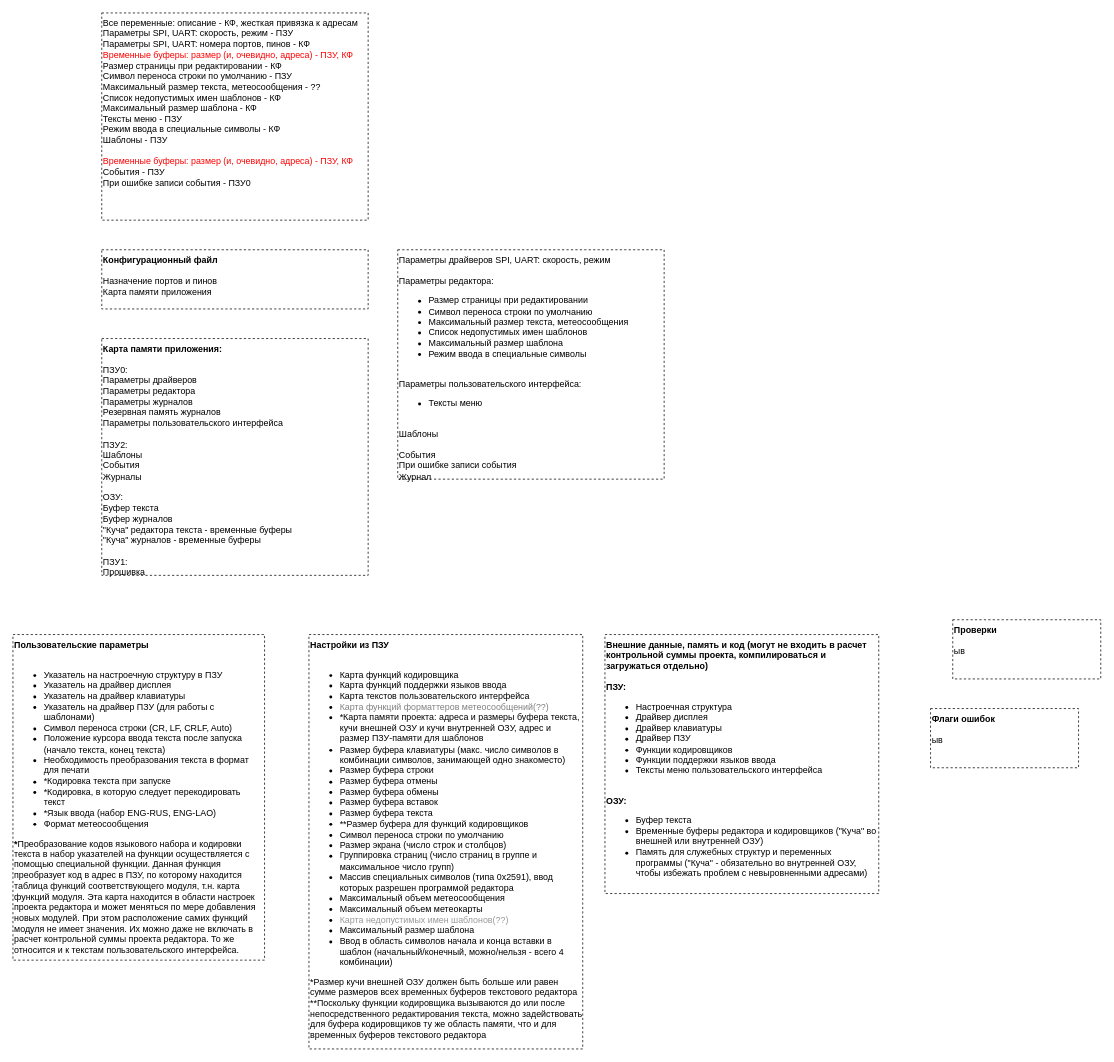
Teslatec/LPM_Editor keeps this draw.io diagram as page "Настройки" (8 of 9) of _Doc/LPM_class_component_diagram.drawio. Above is the earlier version. Source tidied: cells renumbered, new cells numbered last; positions are measured from the earlier drawing's top-left corner, leaving out a move shared by most shapes. Both pictures are drawn from the tidied source at 74%, with x=0, y=0 at pixel (13, 13).
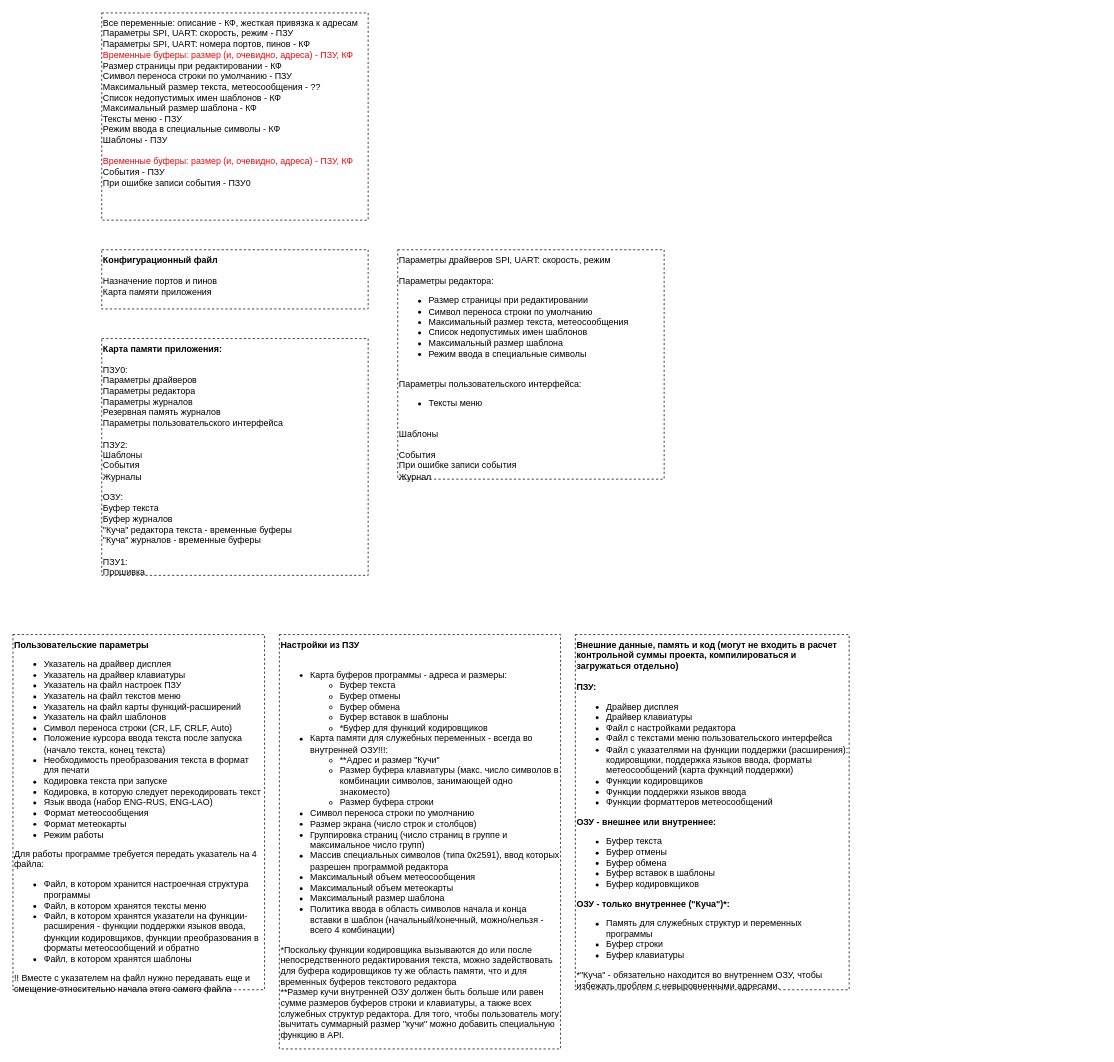
After the change.

Commit message (it also covers changes not shown here):
1. Добавил алгоритмы запуска и завершения редактора в разных режимах 2. Добавил список ошибок и предупреждений 3. Добавил список проверок программы 4. Добавил диаграмму модулей

Change to the diagram source:
```diff
@@
 <mxGraphModel>
   <root>
     <mxCell id="0" />
     <mxCell id="1" parent="0" />
     <mxCell id="2" value="Все переменные: описание - КФ, жесткая привязка к адресам&lt;br&gt;Параметры SPI, UART: скорость, режим - ПЗУ&lt;br&gt;Параметры SPI, UART: номера портов, пинов - КФ&lt;br&gt;&lt;font color=&quot;#ff0000&quot;&gt;Временные буферы: размер (и, очевидно, адреса) - ПЗУ, КФ&lt;br&gt;&lt;/font&gt;Размер страницы при редактировании - КФ&lt;br&gt;Символ переноса строки по умолчанию - ПЗУ&lt;br&gt;Максимальный размер текста, метеосообщения - ??&lt;br&gt;Список недопустимых имен шаблонов - КФ&lt;br&gt;Максимальный размер шаблона - КФ&lt;br&gt;Тексты меню - ПЗУ&lt;br&gt;Режим ввода в специальные символы - КФ&lt;br&gt;Шаблоны - ПЗУ&lt;br&gt;&lt;br&gt;&lt;span style=&quot;color: rgb(255 , 0 , 0)&quot;&gt;Временные буферы: размер (и, очевидно, адреса) - ПЗУ, КФ&lt;/span&gt;&lt;br style=&quot;color: rgb(255 , 0 , 0)&quot;&gt;События - ПЗУ&lt;br&gt;При ошибке записи события - ПЗУ0&lt;br&gt;" style="rounded=0;whiteSpace=wrap;html=1;dashed=1;fillColor=none;labelPosition=center;verticalLabelPosition=middle;align=left;verticalAlign=top;" parent="1" vertex="1">
       <mxGeometry x="120" width="360" height="280" as="geometry" />
     </mxCell>
     <mxCell id="3" value="&lt;b&gt;Конфигурационный файл&lt;/b&gt;&lt;br&gt;&lt;br&gt;Назначение портов и пинов&lt;br&gt;Карта памяти приложения" style="rounded=0;whiteSpace=wrap;html=1;dashed=1;fillColor=none;labelPosition=center;verticalLabelPosition=middle;align=left;verticalAlign=top;" parent="1" vertex="1">
       <mxGeometry x="120" y="320" width="360" height="80" as="geometry" />
     </mxCell>
     <mxCell id="4" value="Параметры драйверов SPI, UART: скорость, режим&lt;br&gt;&lt;br&gt;Параметры редактора:&amp;nbsp;&lt;br&gt;&lt;ul&gt;&lt;li&gt;Размер страницы при редактировании&amp;nbsp;&lt;/li&gt;&lt;li&gt;Символ переноса строки по умолчанию&lt;/li&gt;&lt;li&gt;Максимальный размер текста, метеосообщения&lt;/li&gt;&lt;li&gt;Список недопустимых имен шаблонов&lt;/li&gt;&lt;li&gt;Максимальный размер шаблона&lt;/li&gt;&lt;li&gt;Режим ввода в специальные символы&lt;/li&gt;&lt;/ul&gt;&lt;br&gt;Параметры пользовательского интерфейса:&lt;br&gt;&lt;ul&gt;&lt;li&gt;Тексты меню&lt;/li&gt;&lt;/ul&gt;&lt;br&gt;Шаблоны&lt;br&gt;&lt;br&gt;События&lt;br&gt;При ошибке записи события&lt;br&gt;Журнал" style="rounded=0;whiteSpace=wrap;html=1;dashed=1;fillColor=none;labelPosition=center;verticalLabelPosition=middle;align=left;verticalAlign=top;" parent="1" vertex="1">
       <mxGeometry x="520" y="320" width="360" height="310" as="geometry" />
     </mxCell>
     <mxCell id="5" value="&lt;b&gt;Карта памяти приложения:&lt;/b&gt;&lt;br&gt;&lt;br&gt;ПЗУ0:&lt;br&gt;Параметры драйверов&lt;br&gt;Параметры редактора&lt;br&gt;Параметры журналов&lt;br&gt;Резервная память журналов&lt;br&gt;Параметры пользовательского интерфейса&lt;br&gt;&lt;br&gt;ПЗУ2:&lt;br&gt;Шаблоны&lt;br&gt;События&lt;br&gt;Журналы&lt;br&gt;&lt;br&gt;ОЗУ:&lt;br&gt;Буфер текста&lt;br&gt;Буфер журналов&lt;br&gt;&quot;Куча&quot; редактора текста - временные буферы&lt;br&gt;&quot;Куча&quot; журналов - временные буферы&lt;br&gt;&lt;br&gt;ПЗУ1:&lt;br&gt;Прошивка" style="rounded=0;whiteSpace=wrap;html=1;dashed=1;fillColor=none;labelPosition=center;verticalLabelPosition=middle;align=left;verticalAlign=top;" parent="1" vertex="1">
       <mxGeometry x="120" y="440" width="360" height="320" as="geometry" />
     </mxCell>
-    <mxCell id="6" value="&lt;b&gt;Пользовательские параметры&lt;/b&gt;&lt;br&gt;&lt;br&gt;&lt;ul&gt;&lt;li&gt;Указатель на настроечную структуру в ПЗУ&lt;/li&gt;&lt;li&gt;Указатель на драйвер дисплея&lt;/li&gt;&lt;li&gt;Указатель на драйвер клавиатуры&lt;/li&gt;&lt;li&gt;Указатель на драйвер ПЗУ (для работы с шаблонами)&lt;/li&gt;&lt;li&gt;Символ переноса строки (CR, LF, CRLF, Auto)&lt;/li&gt;&lt;li&gt;&lt;span&gt;Положение курсора ввода текста после запуска (начало текста, конец текста)&lt;/span&gt;&lt;br&gt;&lt;/li&gt;&lt;li&gt;Необходимость преобразования текста в формат для печати&lt;/li&gt;&lt;li&gt;*Кодировка текста при запуске&lt;/li&gt;&lt;li&gt;*Кодировка, в которую следует перекодировать текст&lt;/li&gt;&lt;li&gt;*Язык ввода (набор ENG-RUS, ENG-LAO)&lt;/li&gt;&lt;li&gt;Формат метеосообщения&lt;/li&gt;&lt;/ul&gt;&lt;div&gt;&lt;b&gt;*&lt;/b&gt;Преобразование кодов языкового набора и кодировки текста в набор указателей на функции осуществляется с помощью специальной функции. Данная функция преобразует код в адрес в ПЗУ, по которому находится таблица функций соответствующего модуля, т.н. карта функций модуля. Эта карта находится в области настроек проекта редактора и может меняться по мере добавления новых модулей. При этом расположение самих функций модуля не имеет значения. Их можно даже не включать в расчет контрольной суммы проекта редактора. То же относится и к текстам пользовательского интерфейса.&lt;/div&gt;" style="rounded=0;whiteSpace=wrap;html=1;dashed=1;fillColor=none;labelPosition=center;verticalLabelPosition=middle;align=left;verticalAlign=top;" parent="1" vertex="1">
-      <mxGeometry y="840" width="340" height="440" as="geometry" />
+    <mxCell id="6" value="&lt;b&gt;Пользовательские параметры&lt;/b&gt;&lt;br&gt;&lt;ul&gt;&lt;li&gt;&lt;span&gt;Указатель на драйвер дисплея&lt;/span&gt;&lt;br&gt;&lt;/li&gt;&lt;li&gt;Указатель на драйвер клавиатуры&lt;/li&gt;&lt;li&gt;Указатель на файл настроек ПЗУ&lt;/li&gt;&lt;li&gt;Указатель на файл текстов меню&lt;/li&gt;&lt;li&gt;Указатель на файл карты функций-расширений&lt;/li&gt;&lt;li&gt;Указатель на файл шаблонов&lt;/li&gt;&lt;li&gt;&lt;span&gt;Символ переноса строки (CR, LF, CRLF, Auto)&lt;/span&gt;&lt;br&gt;&lt;/li&gt;&lt;li&gt;&lt;span&gt;Положение курсора ввода текста после запуска (начало текста, конец текста)&lt;/span&gt;&lt;br&gt;&lt;/li&gt;&lt;li&gt;Необходимость преобразования текста в формат для печати&lt;/li&gt;&lt;li&gt;Кодировка текста при запуске&lt;/li&gt;&lt;li&gt;Кодировка, в которую следует перекодировать текст&lt;/li&gt;&lt;li&gt;Язык ввода (набор ENG-RUS, ENG-LAO)&lt;/li&gt;&lt;li&gt;Формат метеосообщения&lt;/li&gt;&lt;li&gt;Формат метеокарты&lt;/li&gt;&lt;li&gt;Режим работы&lt;/li&gt;&lt;/ul&gt;&lt;div&gt;Для работы программе требуется передать указатель на 4 файла:&lt;/div&gt;&lt;ul&gt;&lt;li&gt;&lt;span&gt;Файл, в котором хранится настроечная структура программы&lt;/span&gt;&lt;/li&gt;&lt;li&gt;&lt;span&gt;Файл, в котором хранятся тексты меню&lt;/span&gt;&lt;/li&gt;&lt;li&gt;Файл, в котором хранятся указатели на функции-расширения - функции поддержки языков ввода, функции кодировщиков, функции преобразования в форматы метеосообщений и обратно&lt;/li&gt;&lt;li&gt;Файл, в котором хранятся шаблоны&lt;/li&gt;&lt;/ul&gt;!! Вместе с указателем на файл нужно передавать еще и смещение относительно начала этого самого файла" style="rounded=0;whiteSpace=wrap;html=1;dashed=1;fillColor=none;labelPosition=center;verticalLabelPosition=middle;align=left;verticalAlign=top;" parent="1" vertex="1">
+      <mxGeometry y="840" width="340" height="480" as="geometry" />
     </mxCell>
-    <mxCell id="7" value="&lt;b&gt;Настройки из ПЗУ&lt;/b&gt;&lt;br&gt;&lt;br&gt;&lt;ul&gt;&lt;li&gt;&lt;span&gt;Карта функций кодировщика&lt;/span&gt;&lt;br&gt;&lt;/li&gt;&lt;li&gt;Карта функций поддержки языков ввода&lt;/li&gt;&lt;li&gt;Карта текстов пользовательского интерфейса&lt;/li&gt;&lt;li&gt;&lt;font color=&quot;#808080&quot;&gt;Карта функций форматтеров метеосообщений(??)&lt;/font&gt;&lt;/li&gt;&lt;li&gt;*Карта памяти проекта: адреса и размеры буфера текста, кучи внешней ОЗУ и кучи внутренней ОЗУ, адрес и размер ПЗУ-памяти для шаблонов&lt;/li&gt;&lt;li&gt;Размер буфера клавиатуры (макс. число символов в комбинации символов, занимающей одно знакоместо)&lt;/li&gt;&lt;li&gt;Размер буфера строки&lt;/li&gt;&lt;li&gt;Размер буфера отмены&lt;/li&gt;&lt;li&gt;Размер буфера обмены&lt;/li&gt;&lt;li&gt;Размер буфера вставок&lt;/li&gt;&lt;li&gt;Размер буфера текста&lt;/li&gt;&lt;li&gt;**Размер буфера для функций кодировщиков&lt;/li&gt;&lt;li&gt;Символ переноса строки по умолчанию&lt;/li&gt;&lt;li&gt;Размер экрана (число строк и столбцов)&lt;/li&gt;&lt;li&gt;Группировка страниц (число страниц в группе и максимальное число групп)&lt;/li&gt;&lt;li&gt;Массив специальных символов (типа 0x2591), ввод которых разрешен программой редактора&lt;/li&gt;&lt;li&gt;Максимальный объем метеосообщения&lt;/li&gt;&lt;li&gt;Максимальный объем метеокарты&lt;/li&gt;&lt;li&gt;&lt;font color=&quot;#999999&quot;&gt;Карта недопустимых имен шаблонов(??)&lt;/font&gt;&lt;/li&gt;&lt;li&gt;Максимальный размер шаблона&lt;/li&gt;&lt;li&gt;Ввод в область символов начала и конца вставки в шаблон (начальный/конечный, можно/нельзя - всего 4 комбинации)&lt;/li&gt;&lt;/ul&gt;&lt;div&gt;&lt;span&gt;*Размер кучи внешней ОЗУ должен быть больше или равен сумме размеров всех временных буферов текстового редактора&lt;/span&gt;&lt;br&gt;&lt;/div&gt;&lt;div&gt;**Поскольку функции кодировщика вызываются до или после непосредственного редактирования текста, можно задействовать для буфера кодировщиков ту же область памяти, что и для временных буферов текстового редактора&lt;br&gt;&lt;/div&gt;" style="rounded=0;whiteSpace=wrap;html=1;dashed=1;fillColor=none;labelPosition=center;verticalLabelPosition=middle;align=left;verticalAlign=top;" parent="1" vertex="1">
-      <mxGeometry x="400" y="840" width="370" height="560" as="geometry" />
+    <mxCell id="7" value="&lt;b&gt;Настройки из ПЗУ&lt;/b&gt;&lt;br&gt;&lt;br&gt;&lt;ul&gt;&lt;li&gt;&lt;span&gt;Карта буферов программы - адреса и размеры:&lt;/span&gt;&lt;br&gt;&lt;/li&gt;&lt;ul&gt;&lt;li&gt;&lt;span&gt;Буфер текста&lt;/span&gt;&lt;/li&gt;&lt;li&gt;Буфер&amp;nbsp;отмены&lt;/li&gt;&lt;li&gt;Буфер&amp;nbsp;обмена&lt;/li&gt;&lt;li&gt;Буфер&amp;nbsp;вставок в шаблоны&lt;/li&gt;&lt;li&gt;*Буфер для функций кодировщиков&lt;/li&gt;&lt;/ul&gt;&lt;li&gt;Карта памяти для служебных переменных - всегда во внутренней ОЗУ!!!:&lt;/li&gt;&lt;ul&gt;&lt;li&gt;**Адрес и размер &quot;Кучи&quot;&lt;/li&gt;&lt;li&gt;Размер буфера клавиатуры (макс. число символов в комбинации символов, занимающей одно знакоместо)&lt;/li&gt;&lt;li&gt;Размер буфера строки&lt;/li&gt;&lt;/ul&gt;&lt;li&gt;&lt;span&gt;Символ переноса строки по умолчанию&lt;/span&gt;&lt;br&gt;&lt;/li&gt;&lt;li&gt;Размер экрана (число строк и столбцов)&lt;/li&gt;&lt;li&gt;Группировка страниц (число страниц в группе и максимальное число групп)&lt;/li&gt;&lt;li&gt;Массив специальных символов (типа 0x2591), ввод которых разрешен программой редактора&lt;/li&gt;&lt;li&gt;Максимальный объем метеосообщения&lt;/li&gt;&lt;li&gt;Максимальный объем метеокарты&lt;/li&gt;&lt;li&gt;&lt;span&gt;Максимальный размер шаблона&lt;/span&gt;&lt;br&gt;&lt;/li&gt;&lt;li&gt;Политика ввода в область символов начала и конца вставки в шаблон (начальный/конечный, можно/нельзя - всего 4 комбинации)&lt;/li&gt;&lt;/ul&gt;&lt;div&gt;&lt;span&gt;*Поскольку функции кодировщика вызываются до или после непосредственного редактирования текста, можно задействовать для буфера кодировщиков ту же область памяти, что и для временных буферов текстового редактора&lt;/span&gt;&lt;br&gt;&lt;/div&gt;&lt;div&gt;**Размер кучи внутренней ОЗУ должен быть больше или равен сумме размеров буферов строки и клавиатуры, а также всех служебных структур редактора. Для того, чтобы пользователь могу вычитать суммарный размер &quot;кучи&quot; можно добавить специальную функцию в API.&lt;span&gt;&lt;br&gt;&lt;/span&gt;&lt;/div&gt;" style="rounded=0;whiteSpace=wrap;html=1;dashed=1;fillColor=none;labelPosition=center;verticalLabelPosition=middle;align=left;verticalAlign=top;" parent="1" vertex="1">
+      <mxGeometry x="360" y="840" width="380" height="560" as="geometry" />
     </mxCell>
-    <mxCell id="8" value="&lt;b&gt;Проверки&lt;/b&gt;&lt;br&gt;&lt;br&gt;ыв" style="rounded=0;whiteSpace=wrap;html=1;dashed=1;fillColor=none;labelPosition=center;verticalLabelPosition=middle;align=left;verticalAlign=top;" parent="1" vertex="1">
-      <mxGeometry x="1270" y="820" width="200" height="80" as="geometry" />
-    </mxCell>
-    <mxCell id="9" value="&lt;b&gt;Флаги ошибок&lt;/b&gt;&lt;br&gt;&lt;br&gt;ыв" style="rounded=0;whiteSpace=wrap;html=1;dashed=1;fillColor=none;labelPosition=center;verticalLabelPosition=middle;align=left;verticalAlign=top;" parent="1" vertex="1">
-      <mxGeometry x="1240" y="940" width="200" height="80" as="geometry" />
-    </mxCell>
-    <mxCell id="10" value="&lt;b&gt;Внешние данные, память и код (могут не входить в расчет контрольной суммы проекта, компилироваться и загружаться отдельно)&lt;/b&gt;&lt;br&gt;&lt;br&gt;&lt;b&gt;ПЗУ:&lt;/b&gt;&lt;br&gt;&lt;ul&gt;&lt;li&gt;Настроечная структура&lt;/li&gt;&lt;li&gt;Драйвер дисплея&lt;/li&gt;&lt;li&gt;Драйвер клавиатуры&lt;/li&gt;&lt;li&gt;Драйвер ПЗУ&lt;/li&gt;&lt;li&gt;Функции кодировщиков&lt;/li&gt;&lt;li&gt;Функции поддержки языков ввода&lt;/li&gt;&lt;li&gt;Тексты меню пользовательского интерфейса&lt;/li&gt;&lt;/ul&gt;&lt;div&gt;&lt;br&gt;&lt;b&gt;ОЗУ:&lt;/b&gt;&lt;br&gt;&lt;ul&gt;&lt;li&gt;Буфер текста&lt;/li&gt;&lt;li&gt;Временные буферы редактора и кодировщиков (&quot;Куча&quot; во внешней или внутренней ОЗУ)&lt;/li&gt;&lt;li&gt;Память для служебных структур и переменных программы (&quot;Куча&quot; - обязательно во внутренней ОЗУ, чтобы избежать проблем с невыровненными адресами)&lt;/li&gt;&lt;/ul&gt;&lt;/div&gt;" style="rounded=0;whiteSpace=wrap;html=1;dashed=1;fillColor=none;labelPosition=center;verticalLabelPosition=middle;align=left;verticalAlign=top;" parent="1" vertex="1">
-      <mxGeometry x="800" y="840" width="370" height="350" as="geometry" />
+    <mxCell id="10" value="&lt;b&gt;Внешние данные, память и код (могут не входить в расчет контрольной суммы проекта, компилироваться и загружаться отдельно)&lt;/b&gt;&lt;br&gt;&lt;br&gt;&lt;b&gt;ПЗУ:&lt;/b&gt;&lt;br&gt;&lt;ul&gt;&lt;li&gt;&lt;span&gt;Драйвер дисплея&lt;/span&gt;&lt;br&gt;&lt;/li&gt;&lt;li&gt;Драйвер клавиатуры&lt;/li&gt;&lt;li&gt;Файл с настройками редактора&lt;/li&gt;&lt;li&gt;Файл с текстами меню пользовательского&amp;nbsp;интерфейса&lt;/li&gt;&lt;li&gt;Файл с указателями на функции поддержки (расширения): кодировщики, поддержка языков ввода, форматы метеосообщений (карта фукнций поддержки)&lt;/li&gt;&lt;li&gt;&lt;span&gt;Функции кодировщиков&lt;/span&gt;&lt;br&gt;&lt;/li&gt;&lt;li&gt;Функции поддержки языков ввода&lt;/li&gt;&lt;li&gt;Функции форматтеров метеосообщений&lt;/li&gt;&lt;/ul&gt;&lt;div&gt;&lt;b&gt;ОЗУ - внешнее или внутреннее:&lt;/b&gt;&lt;br&gt;&lt;ul&gt;&lt;li&gt;Буфер текста&lt;/li&gt;&lt;li&gt;Буфер отмены&lt;/li&gt;&lt;li&gt;Буфер обмена&lt;/li&gt;&lt;li&gt;Буфер вставок в шаблоны&lt;/li&gt;&lt;li&gt;Буфер кодировкщиков&lt;/li&gt;&lt;/ul&gt;&lt;b&gt;ОЗУ - только внутреннее (&quot;Куча&quot;)*:&lt;/b&gt;&lt;br&gt;&lt;ul&gt;&lt;li&gt;Память для служебных структур и переменных программы&lt;/li&gt;&lt;li&gt;Буфер строки&lt;/li&gt;&lt;li&gt;Буфер клавиатуры&lt;/li&gt;&lt;/ul&gt;&lt;span&gt;*&quot;Куча&quot; - обязательно находится во внутреннем ОЗУ, чтобы избежать проблем с невыровненными адресами.&lt;/span&gt;&lt;br&gt;&lt;/div&gt;" style="rounded=0;whiteSpace=wrap;html=1;dashed=1;fillColor=none;labelPosition=center;verticalLabelPosition=middle;align=left;verticalAlign=top;" parent="1" vertex="1">
+      <mxGeometry x="760" y="840" width="370" height="480" as="geometry" />
     </mxCell>
   </root>
 </mxGraphModel>
```
